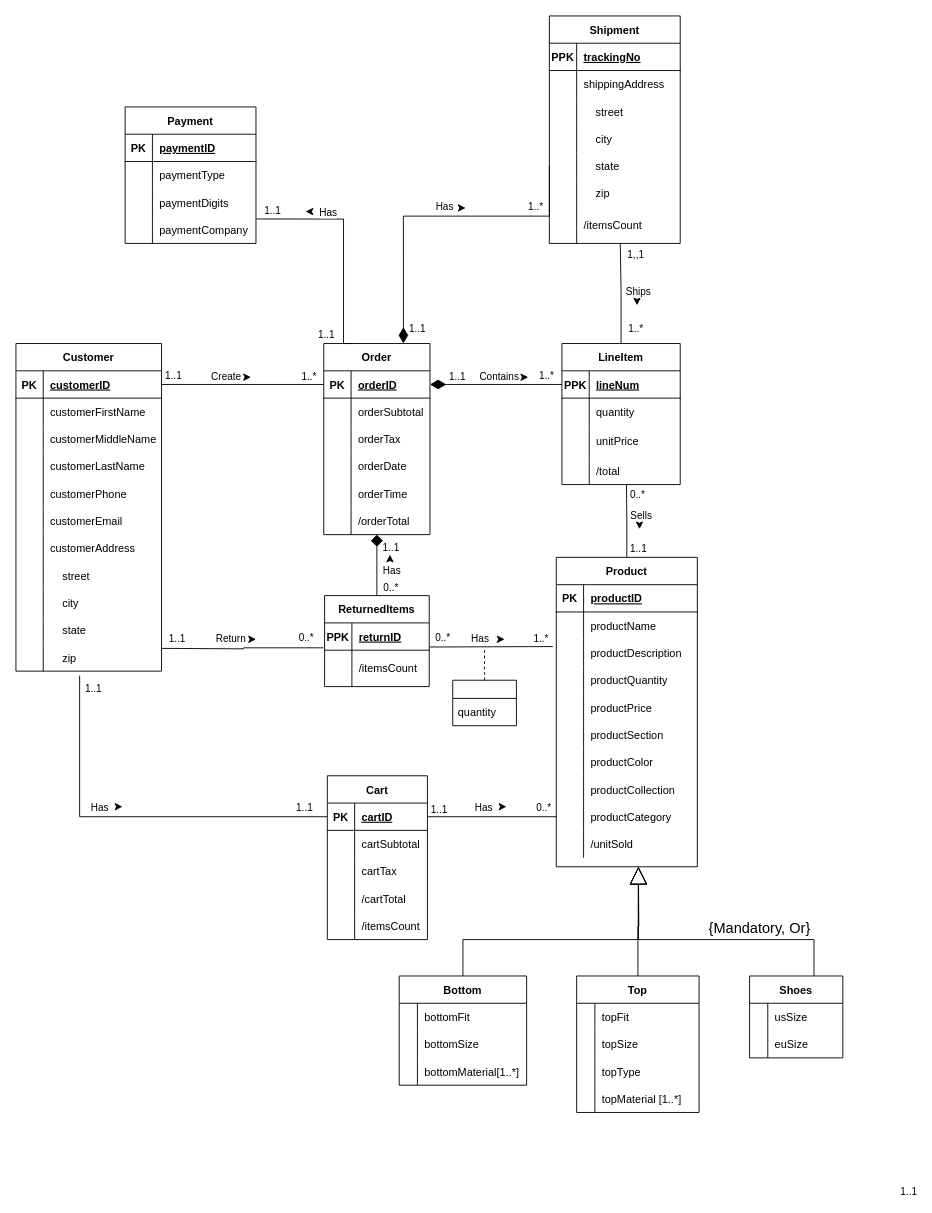
Earlier version of the draw.io diagram ERD/test.drawio (avivfaraj/INFO605-Project). Source tidied: cells renumbered, new cells numbered last; positions are measured from the earlier drawing's top-left corner, leaving out a move shared by most shapes. Both pictures are drawn from the tidied source at 91%, with x=0, y=0 at pixel (15, 15).
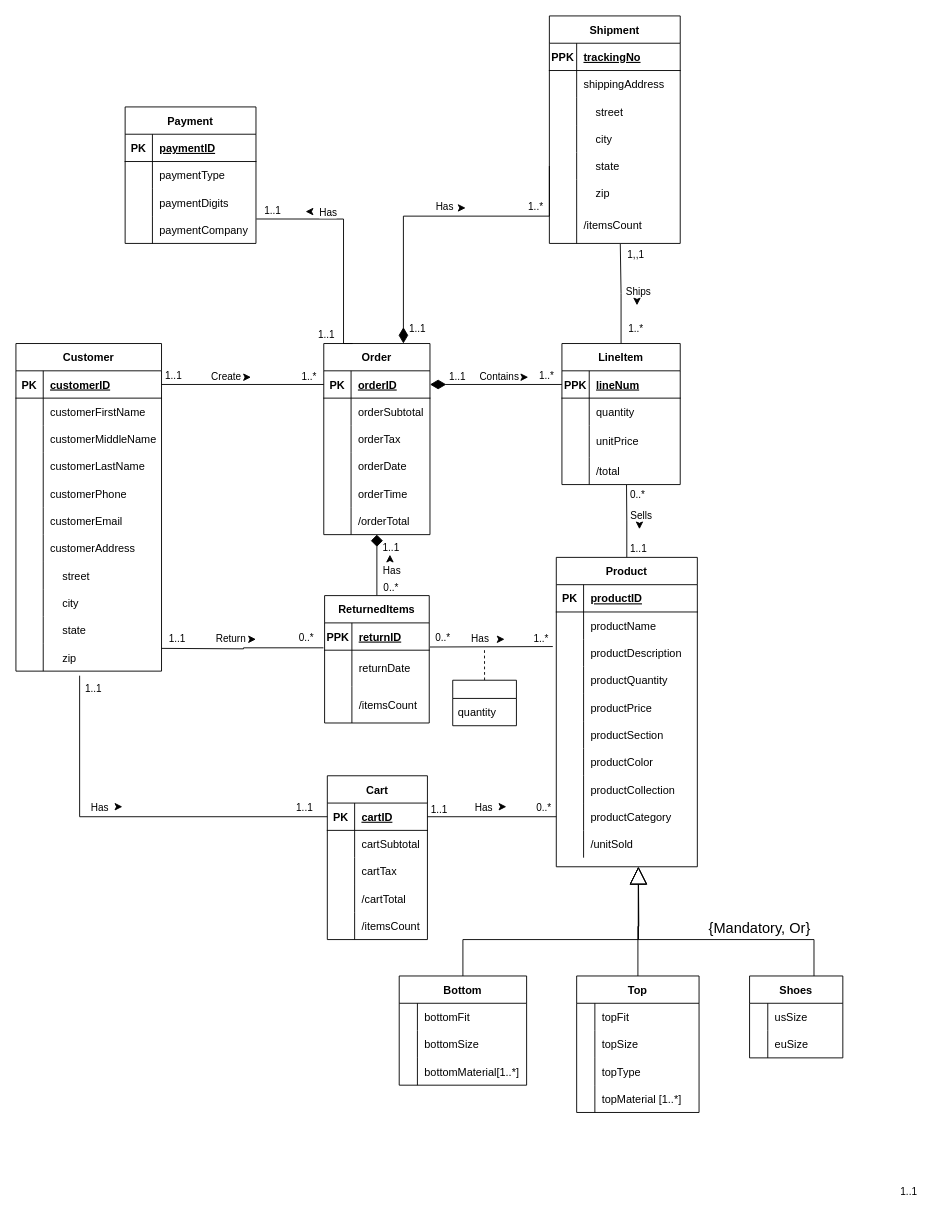
The same page after the edit.

Commit message:
add attribute to ReturnItems

What changed in the source:
```diff
@@
     <mxCell id="228" value="ReturnedItems" style="shape=table;startSize=30;childLayout=tableLayout;rowLines=0;fontStyle=1;align=center;" parent="1" vertex="1">
-      <mxGeometry x="339.2" y="637" width="115" height="100" as="geometry" />
+      <mxGeometry x="339.2" y="637" width="115" height="140" as="geometry" />
     </mxCell>
@@
+    <mxCell id="250" style="shape=tableRow;horizontal=0;startSize=0;swimlaneHead=0;swimlaneBody=0;fillColor=none;top=0;left=0;right=0;bottom=0;" parent="228" vertex="1">
+      <mxGeometry y="60" width="115" height="40" as="geometry" />
+    </mxCell>
+    <mxCell id="251" style="shape=partialRectangle;fillColor=none;top=0;left=0;bottom=0;right=0;overflow=hidden;" parent="250" vertex="1">
+      <mxGeometry width="30" height="40" as="geometry" />
+    </mxCell>
+    <mxCell id="252" value="returnDate" style="shape=partialRectangle;fillColor=none;top=0;left=0;bottom=0;right=0;align=left;spacingLeft=6;overflow=hidden;" parent="250" vertex="1">
+      <mxGeometry x="30" width="85" height="40" as="geometry" />
+    </mxCell>
     <mxCell id="232" style="shape=tableRow;horizontal=0;startSize=0;swimlaneHead=0;swimlaneBody=0;fillColor=none;top=0;left=0;right=0;bottom=0;" parent="228" vertex="1">
-      <mxGeometry y="60" width="115" height="40" as="geometry" />
+      <mxGeometry y="100" width="115" height="40" as="geometry" />
     </mxCell>
```
